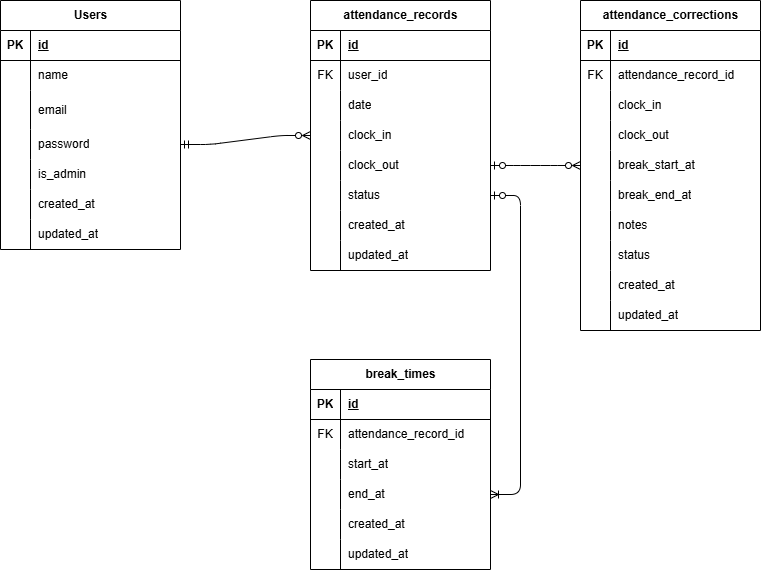
Kazuki-Yamaoka/attendance-app keeps this draw.io diagram as ER.drawio.png. Above is the earlier version. Source tidied: cells renumbered, new cells last; positions are measured from the earlier drawing's top-left corner, leaving out a move shared by most shapes.
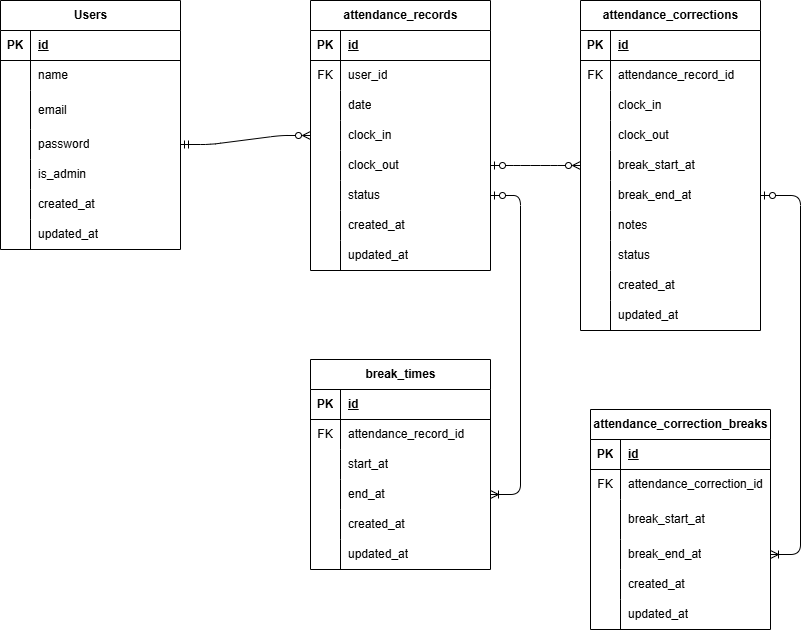
The same diagram one commit later.

The edit, as a diff of the source:
```diff
@@ -302,5 +302,65 @@
     <mxCell id="101" style="edgeStyle=entityRelationEdgeStyle;fontSize=12;html=1;endArrow=ERzeroToMany;endFill=0;startArrow=ERzeroToOne;startFill=0;" parent="1" edge="1" source="37" target="81">
       <mxGeometry relative="1" as="geometry" />
     </mxCell>
+    <mxCell id="102" value="attendance_correction_breaks" style="shape=table;startSize=30;rowLines=0;fontStyle=1;align=center;html=1;" parent="1" vertex="1">
+      <mxGeometry x="590" y="409" width="180" height="220" as="geometry" />
+    </mxCell>
+    <mxCell id="103" style="shape=tableRow;horizontal=0;startSize=0;swimlaneHead=0;swimlaneBody=0;fillColor=none;top=0;left=0;right=0;bottom=1;" parent="102" vertex="1">
+      <mxGeometry y="30" width="180" height="30" as="geometry" />
+    </mxCell>
+    <mxCell id="104" value="PK" style="shape=partialRectangle;fillColor=none;top=0;left=0;bottom=0;right=0;fontStyle=1;overflow=hidden;whiteSpace=wrap;html=1;" parent="103" vertex="1">
+      <mxGeometry width="30" height="30" as="geometry" />
+    </mxCell>
+    <mxCell id="105" value="id" style="shape=partialRectangle;fillColor=none;top=0;left=0;bottom=0;right=0;align=left;spacingLeft=6;fontStyle=5;overflow=hidden;whiteSpace=wrap;html=1;" parent="103" vertex="1">
+      <mxGeometry x="30" width="150" height="30" as="geometry" />
+    </mxCell>
+    <mxCell id="106" style="shape=tableRow;horizontal=0;startSize=0;swimlaneHead=0;swimlaneBody=0;fillColor=none;top=0;left=0;right=0;bottom=0;" parent="102" vertex="1">
+      <mxGeometry y="60" width="180" height="30" as="geometry" />
+    </mxCell>
+    <mxCell id="107" value="FK" style="shape=partialRectangle;fillColor=none;top=0;left=0;bottom=0;right=0;overflow=hidden;whiteSpace=wrap;html=1;" parent="106" vertex="1">
+      <mxGeometry width="30" height="30" as="geometry" />
+    </mxCell>
+    <mxCell id="108" value="attendance_correction_id" style="shape=partialRectangle;fillColor=none;top=0;left=0;bottom=0;right=0;align=left;spacingLeft=6;overflow=hidden;whiteSpace=wrap;html=1;" parent="106" vertex="1">
+      <mxGeometry x="30" width="150" height="30" as="geometry" />
+    </mxCell>
+    <mxCell id="109" style="shape=tableRow;horizontal=0;startSize=0;swimlaneHead=0;swimlaneBody=0;fillColor=none;top=0;left=0;right=0;bottom=0;" parent="102" vertex="1">
+      <mxGeometry y="90" width="180" height="40" as="geometry" />
+    </mxCell>
+    <mxCell id="110" style="shape=partialRectangle;fillColor=none;top=0;left=0;bottom=0;right=0;overflow=hidden;whiteSpace=wrap;html=1;" parent="109" vertex="1">
+      <mxGeometry width="30" height="40" as="geometry" />
+    </mxCell>
+    <mxCell id="111" value="break_start_at" style="shape=partialRectangle;fillColor=none;top=0;left=0;bottom=0;right=0;align=left;spacingLeft=6;overflow=hidden;whiteSpace=wrap;html=1;" parent="109" vertex="1">
+      <mxGeometry x="30" width="150" height="40" as="geometry" />
+    </mxCell>
+    <mxCell id="112" style="shape=tableRow;horizontal=0;startSize=0;swimlaneHead=0;swimlaneBody=0;fillColor=none;points=[[0,0.5],[1,0.5]];portConstraint=eastwest;top=0;left=0;right=0;bottom=0;" parent="102" vertex="1">
+      <mxGeometry y="130" width="180" height="30" as="geometry" />
+    </mxCell>
+    <mxCell id="113" style="shape=partialRectangle;fillColor=none;top=0;left=0;bottom=0;right=0;overflow=hidden;whiteSpace=wrap;html=1;" parent="112" vertex="1">
+      <mxGeometry width="30" height="30" as="geometry" />
+    </mxCell>
+    <mxCell id="114" value="break_end_at" style="shape=partialRectangle;fillColor=none;top=0;left=0;bottom=0;right=0;align=left;spacingLeft=6;overflow=hidden;whiteSpace=wrap;html=1;" parent="112" vertex="1">
+      <mxGeometry x="30" width="150" height="30" as="geometry" />
+    </mxCell>
+    <mxCell id="115" style="shape=tableRow;horizontal=0;startSize=0;swimlaneHead=0;swimlaneBody=0;fillColor=none;top=0;left=0;right=0;bottom=0;" parent="102" vertex="1">
+      <mxGeometry y="160" width="180" height="30" as="geometry" />
+    </mxCell>
+    <mxCell id="116" style="shape=partialRectangle;fillColor=none;top=0;left=0;bottom=0;right=0;overflow=hidden;whiteSpace=wrap;html=1;" parent="115" vertex="1">
+      <mxGeometry width="30" height="30" as="geometry" />
+    </mxCell>
+    <mxCell id="117" value="created_at" style="shape=partialRectangle;fillColor=none;top=0;left=0;bottom=0;right=0;align=left;spacingLeft=6;overflow=hidden;whiteSpace=wrap;html=1;" parent="115" vertex="1">
+      <mxGeometry x="30" width="150" height="30" as="geometry" />
+    </mxCell>
+    <mxCell id="118" style="shape=tableRow;horizontal=0;startSize=0;swimlaneHead=0;swimlaneBody=0;fillColor=none;top=0;left=0;right=0;bottom=0;" parent="102" vertex="1">
+      <mxGeometry y="190" width="180" height="30" as="geometry" />
+    </mxCell>
+    <mxCell id="119" style="shape=partialRectangle;fillColor=none;top=0;left=0;bottom=0;right=0;overflow=hidden;whiteSpace=wrap;html=1;" parent="118" vertex="1">
+      <mxGeometry width="30" height="30" as="geometry" />
+    </mxCell>
+    <mxCell id="120" value="updated_at" style="shape=partialRectangle;fillColor=none;top=0;left=0;bottom=0;right=0;align=left;spacingLeft=6;overflow=hidden;whiteSpace=wrap;html=1;" parent="118" vertex="1">
+      <mxGeometry x="30" width="150" height="30" as="geometry" />
+    </mxCell>
+    <mxCell id="121" style="edgeStyle=entityRelationEdgeStyle;fontSize=12;html=1;endArrow=ERoneToMany;startArrow=ERzeroToOne;" parent="1" edge="1" source="84" target="112">
+      <mxGeometry relative="1" as="geometry" />
+    </mxCell>
   </root>
 </mxGraphModel>
```
